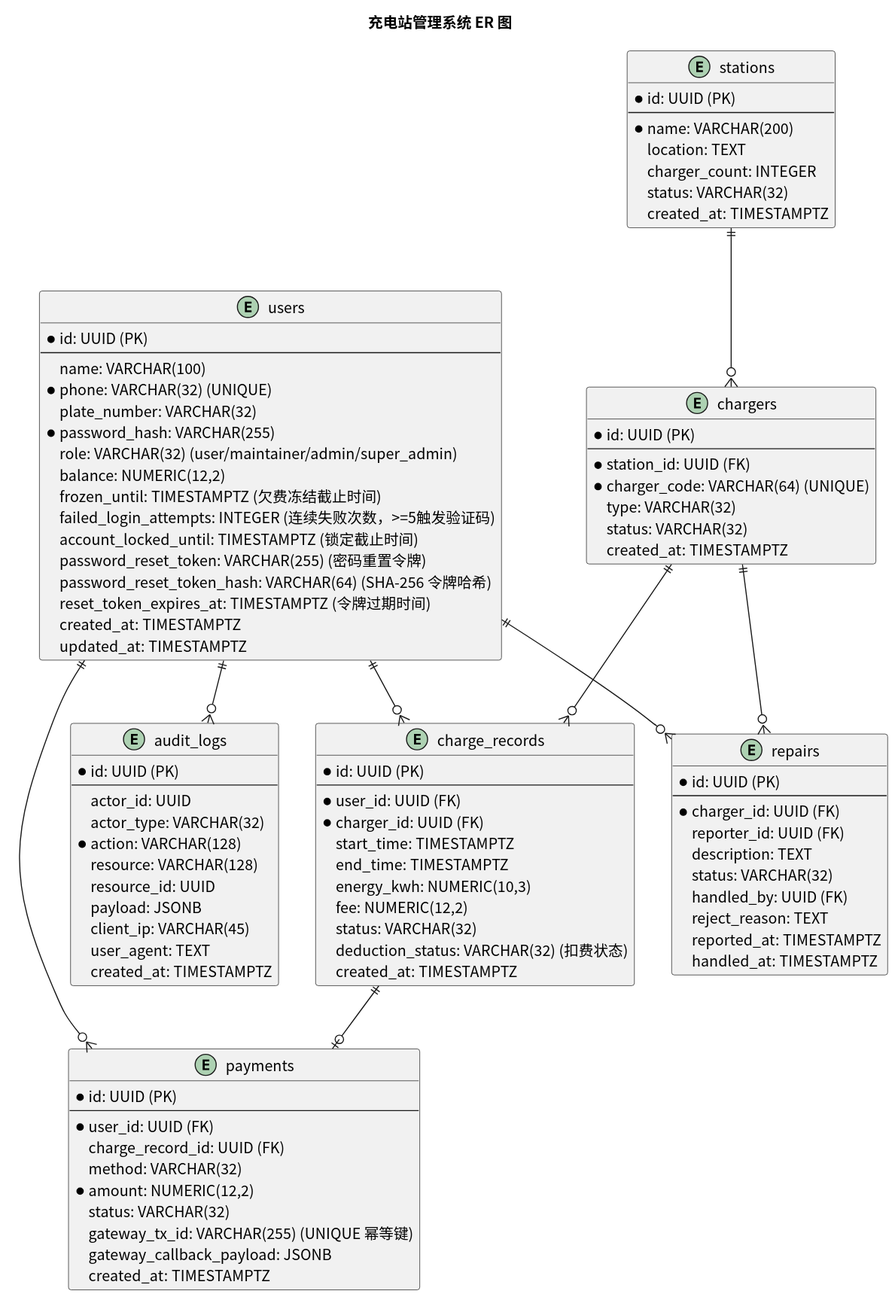
Above: usecase/docs/database/img/er_diagram.svg in greenhandzdl/charging-station-doc (PlantUML), before the change.
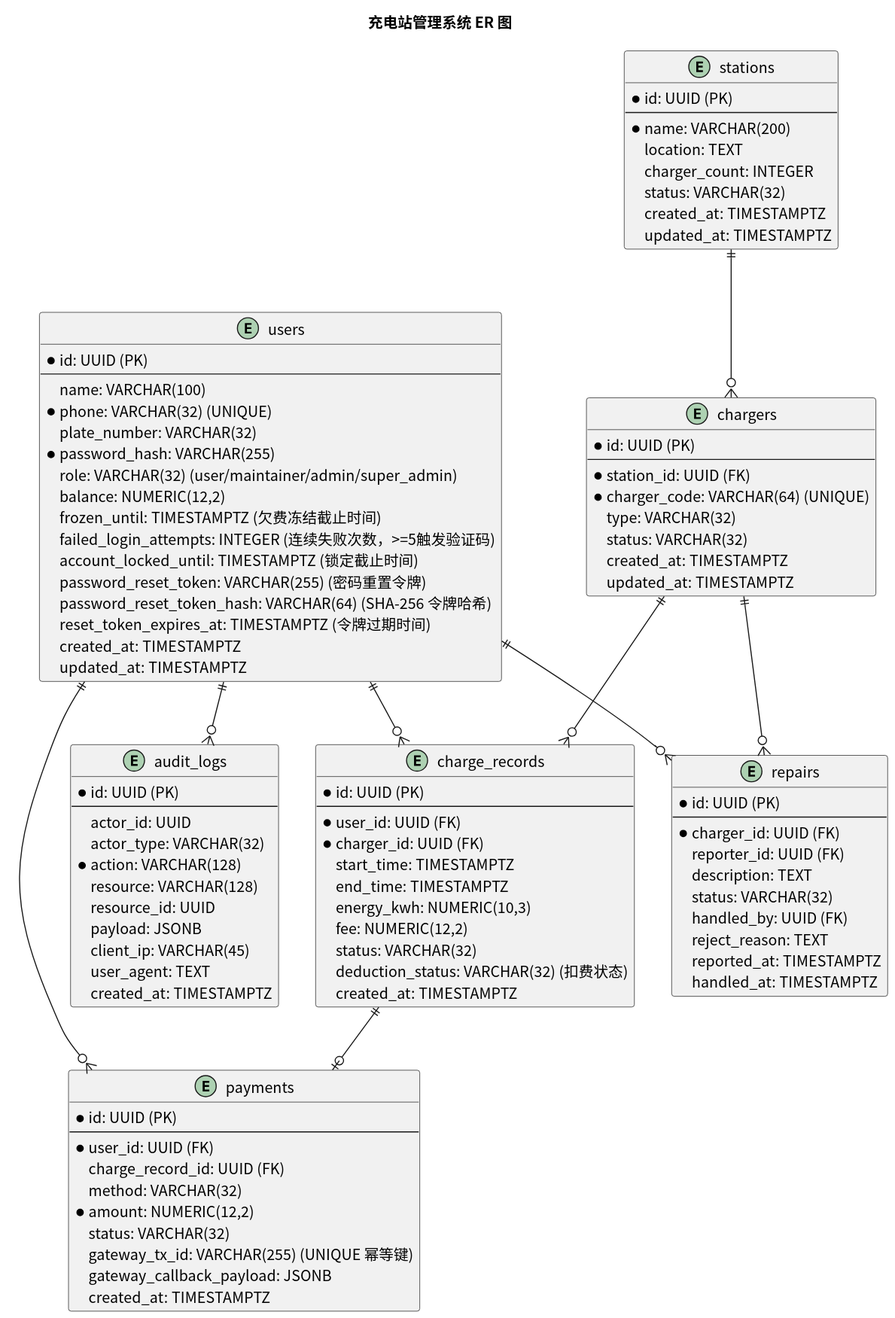
The same diagram one commit later.

What changed in the source:
```diff
@@ -30,6 +30,7 @@
   charger_count: INTEGER
   status: VARCHAR(32)
   created_at: TIMESTAMPTZ
+  updated_at: TIMESTAMPTZ
 }
 
 entity chargers {
@@ -40,6 +41,7 @@
   type: VARCHAR(32)
   status: VARCHAR(32)
   created_at: TIMESTAMPTZ
+  updated_at: TIMESTAMPTZ
 }
 
 entity charge_records {
```
